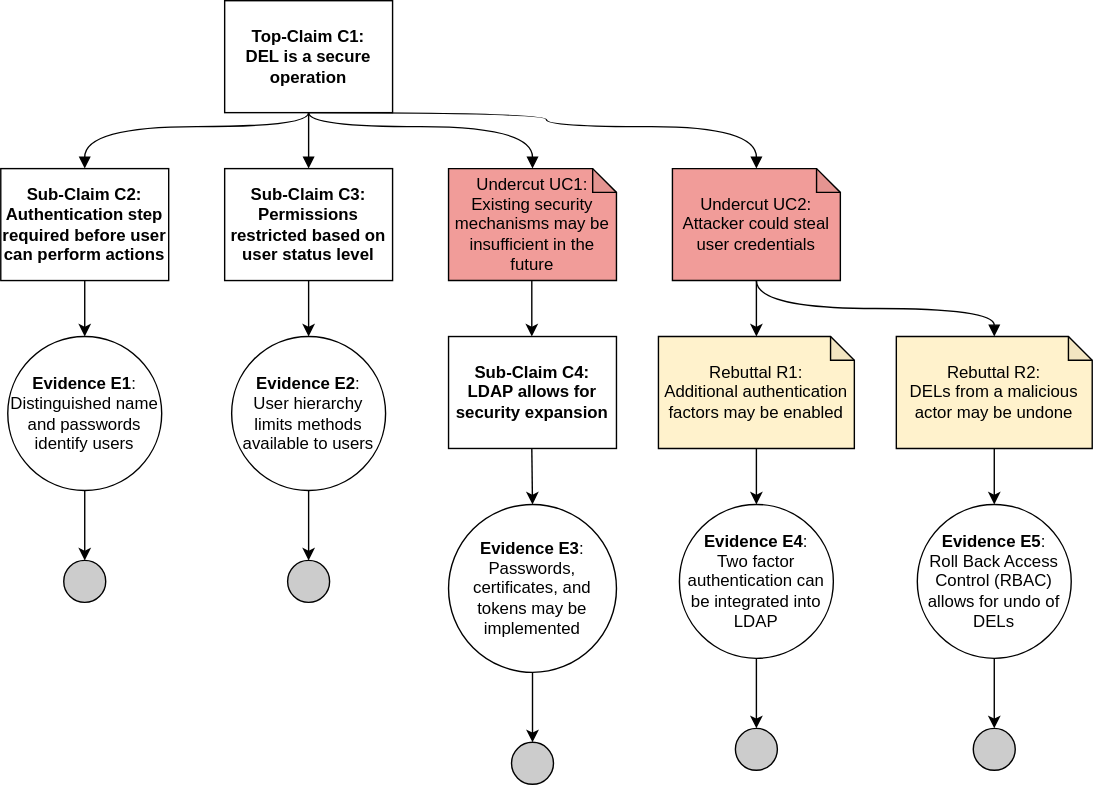
This is images/DEL assurance case.drawio.svg from bartelsjoshuac/SAPG, a draw.io export, as it was before one commit. Source tidied: cells renumbered, new cells last; positions are measured from the earlier drawing's top-left corner, leaving out a move shared by most shapes.
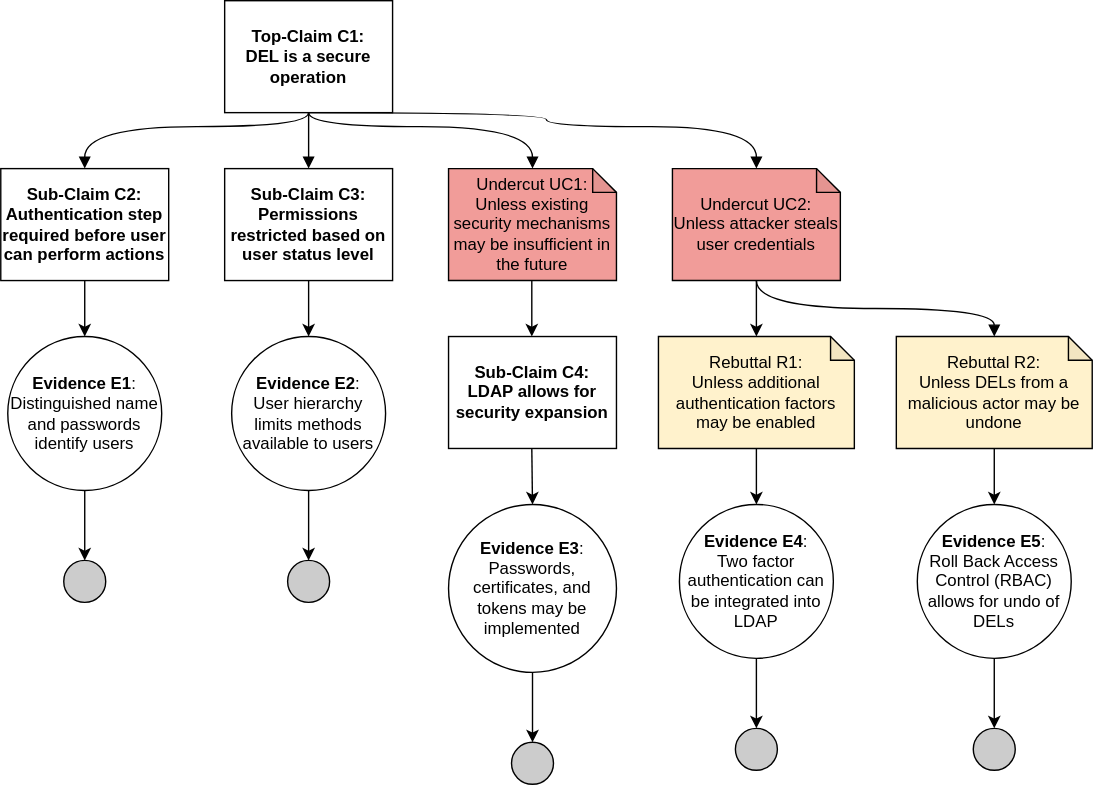
Later version of the same file.

Diff of the diagram source:
```diff
@@ -13,10 +13,10 @@
     <mxCell id="3" value="&lt;b&gt;Top-Claim C1:&lt;br&gt;DEL is a secure operation&lt;br&gt;&lt;/b&gt;" style="rounded=0;whiteSpace=wrap;html=1;" parent="1" vertex="1">
       <mxGeometry x="160" width="120" height="80" as="geometry" />
     </mxCell>
-    <mxCell id="4" value="Rebuttal R1:&lt;br&gt;Additional authentication factors may be enabled" style="shape=note;whiteSpace=wrap;html=1;backgroundOutline=1;darkOpacity=0.05;size=17;fillColor=#FFF2CC;" parent="1" vertex="1">
+    <mxCell id="4" value="Rebuttal R1:&lt;br&gt;Unless additional authentication factors may be enabled" style="shape=note;whiteSpace=wrap;html=1;backgroundOutline=1;darkOpacity=0.05;size=17;fillColor=#FFF2CC;" parent="1" vertex="1">
       <mxGeometry x="470" y="240" width="140" height="80" as="geometry" />
     </mxCell>
-    <mxCell id="5" value="Undercut UC2:&lt;br&gt;Attacker could steal user credentials" style="shape=note;whiteSpace=wrap;html=1;backgroundOutline=1;darkOpacity=0.05;size=17;fillColor=#F19C99;" parent="1" vertex="1">
+    <mxCell id="5" value="Undercut UC2:&lt;br&gt;Unless attacker steals user credentials" style="shape=note;whiteSpace=wrap;html=1;backgroundOutline=1;darkOpacity=0.05;size=17;fillColor=#F19C99;" parent="1" vertex="1">
       <mxGeometry x="480" y="120" width="120" height="80" as="geometry" />
     </mxCell>
     <mxCell id="6" value="&lt;b&gt;Sub-Claim C2:&lt;br&gt;Authentication step required before user can perform actions&lt;br&gt;&lt;/b&gt;" style="rounded=0;whiteSpace=wrap;html=1;" parent="1" vertex="1">
@@ -60,7 +60,7 @@
     <mxCell id="18" value="&lt;b&gt;Evidence E4&lt;/b&gt;:&lt;br&gt;Two factor authentication can be integrated into LDAP" style="ellipse;whiteSpace=wrap;html=1;fillColor=#ffffff;rounded=0;" parent="1" vertex="1">
       <mxGeometry x="485" y="360" width="110" height="110" as="geometry" />
     </mxCell>
-    <mxCell id="19" value="Rebuttal R2:&lt;br&gt;DELs from a malicious actor may be undone" style="shape=note;whiteSpace=wrap;html=1;backgroundOutline=1;darkOpacity=0.05;size=17;fillColor=#FFF2CC;" parent="1" vertex="1">
+    <mxCell id="19" value="Rebuttal R2:&lt;br&gt;Unless DELs from a malicious actor may be undone" style="shape=note;whiteSpace=wrap;html=1;backgroundOutline=1;darkOpacity=0.05;size=17;fillColor=#FFF2CC;" parent="1" vertex="1">
       <mxGeometry x="640" y="240" width="140" height="80" as="geometry" />
     </mxCell>
     <mxCell id="20" style="endArrow=classic;html=1;rounded=0;exitX=0.5;exitY=1;exitDx=0;exitDy=0;exitPerimeter=0;entryX=0.5;entryY=0;entryDx=0;entryDy=0;" parent="1" edge="1" source="19" target="12">
@@ -109,7 +109,7 @@
     <mxCell id="30" value="&lt;b&gt;Evidence E3&lt;/b&gt;:&lt;br&gt;Passwords, certificates, and tokens may be implemented" style="ellipse;whiteSpace=wrap;html=1;" parent="1" vertex="1">
       <mxGeometry x="320" y="360" width="120" height="120" as="geometry" />
     </mxCell>
-    <mxCell id="31" value="Undercut UC1:&lt;br&gt;Existing security mechanisms may be insufficient in the future" style="shape=note;whiteSpace=wrap;html=1;backgroundOutline=1;darkOpacity=0.05;size=17;fillColor=#F19C99;" parent="1" vertex="1">
+    <mxCell id="31" value="Undercut UC1:&lt;br&gt;Unless existing security mechanisms may be insufficient in the future" style="shape=note;whiteSpace=wrap;html=1;backgroundOutline=1;darkOpacity=0.05;size=17;fillColor=#F19C99;" parent="1" vertex="1">
       <mxGeometry x="320" y="120" width="120" height="80" as="geometry" />
     </mxCell>
     <mxCell id="32" style="edgeStyle=orthogonalEdgeStyle;rounded=0;orthogonalLoop=1;jettySize=auto;html=1;endArrow=block;endFill=1;curved=1;entryX=0.5;entryY=0;entryDx=0;entryDy=0;exitX=0.5;exitY=1;exitDx=0;exitDy=0;entryPerimeter=0;" parent="1" edge="1">
```
